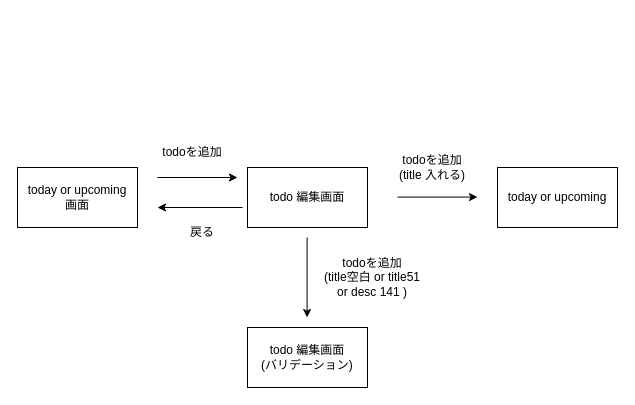
Before: doc/state_diagram/todos/todo_create.drawio in Taira0222/todo-rails-application, a draw.io diagram. Source tidied: cells renumbered, new cells numbered last; positions are measured from the earlier drawing's top-left corner, leaving out a move shared by most shapes. Both pictures are drawn from the tidied source at 100%, with x=0, y=0 at pixel (17, 137).
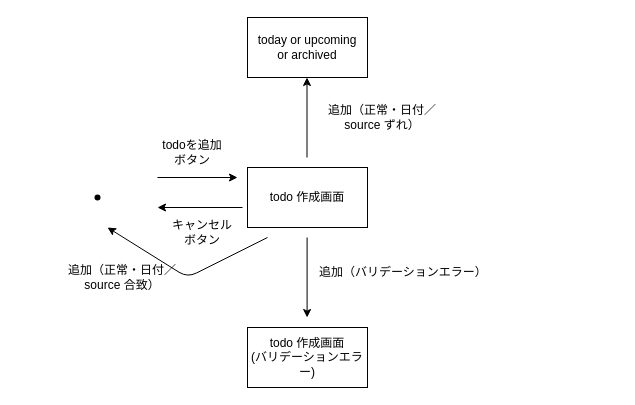
The same page after the edit.

Commit message (it also covers changes not shown here):
finish success todo create diagram test

Diff of the diagram source:
```diff
@@
-    <mxCell id="2" value="today or upcoming &lt;br&gt;画面" style="rounded=0;whiteSpace=wrap;html=1;" parent="1" vertex="1">
-      <mxGeometry y="30" width="120" height="60" as="geometry" />
-    </mxCell>
@@
-    <mxCell id="4" value="todoを追加" style="text;html=1;align=center;verticalAlign=middle;whiteSpace=wrap;rounded=0;" parent="1" vertex="1">
+    <mxCell id="4" value="todoを追加ボタン" style="text;html=1;align=center;verticalAlign=middle;whiteSpace=wrap;rounded=0;" parent="1" vertex="1">
       <mxGeometry x="140" width="70" height="30" as="geometry" />
     </mxCell>
-    <mxCell id="5" value="todo 編集画面" style="rounded=0;whiteSpace=wrap;html=1;" parent="1" vertex="1">
+    <mxCell id="5" value="todo 作成画面" style="rounded=0;whiteSpace=wrap;html=1;" parent="1" vertex="1">
       <mxGeometry x="230" y="30" width="120" height="60" as="geometry" />
     </mxCell>
@@
-    <mxCell id="7" value="戻る" style="text;html=1;align=center;verticalAlign=middle;whiteSpace=wrap;rounded=0;" parent="1" vertex="1">
+    <mxCell id="7" value="キャンセルボタン" style="text;html=1;align=center;verticalAlign=middle;whiteSpace=wrap;rounded=0;" parent="1" vertex="1">
       <mxGeometry x="150" y="80" width="70" height="30" as="geometry" />
     </mxCell>
-    <mxCell id="8" style="endArrow=classic;html=1;" parent="1" edge="1">
-      <mxGeometry relative="1" as="geometry">
-        <mxPoint x="380" y="59.6" as="sourcePoint" />
-        <mxPoint x="460" y="59.6" as="targetPoint" />
-      </mxGeometry>
-    </mxCell>
-    <mxCell id="9" value="todoを追加&lt;br&gt;(title 入れる)" style="text;html=1;align=center;verticalAlign=middle;whiteSpace=wrap;rounded=0;" parent="1" vertex="1">
-      <mxGeometry x="360" y="10" width="110" height="40" as="geometry" />
+    <mxCell id="9" value="追加（正常・日付／source 合致）" style="text;html=1;align=center;verticalAlign=middle;whiteSpace=wrap;rounded=0;" parent="1" vertex="1">
+      <mxGeometry x="50" y="120" width="110" height="40" as="geometry" />
     </mxCell>
-    <mxCell id="10" value="today or upcoming" style="rounded=0;whiteSpace=wrap;html=1;" parent="1" vertex="1">
-      <mxGeometry x="480" y="30" width="120" height="60" as="geometry" />
-    </mxCell>
@@
-    <mxCell id="12" value="todoを追加&lt;br&gt;(title空白 or title51 or desc 141 )" style="text;html=1;align=center;verticalAlign=middle;whiteSpace=wrap;rounded=0;" parent="1" vertex="1">
-      <mxGeometry x="300" y="120" width="110" height="40" as="geometry" />
+    <mxCell id="12" value="追加（バリデーションエラー）" style="text;html=1;align=left;verticalAlign=middle;whiteSpace=wrap;rounded=0;" parent="1" vertex="1">
+      <mxGeometry x="300" y="110" width="170" height="50" as="geometry" />
     </mxCell>
-    <mxCell id="13" value="todo 編集画面&lt;br&gt;(バリデーション)" style="rounded=0;whiteSpace=wrap;html=1;" parent="1" vertex="1">
+    <mxCell id="13" value="todo&amp;nbsp;&lt;span style=&quot;color: rgb(0, 0, 0);&quot;&gt;作成&lt;/span&gt;画面&lt;br&gt;(バリデーションエラー)" style="rounded=0;whiteSpace=wrap;html=1;" parent="1" vertex="1">
       <mxGeometry x="230" y="190" width="120" height="60" as="geometry" />
     </mxCell>
+    <mxCell id="14" style="endArrow=classic;html=1;" parent="1" edge="1">
+      <mxGeometry relative="1" as="geometry">
+        <mxPoint x="289.5" y="20" as="sourcePoint" />
+        <mxPoint x="289.5" y="-60" as="targetPoint" />
+      </mxGeometry>
+    </mxCell>
+    <mxCell id="15" value="追加（正常・日付／source ずれ）" style="text;html=1;align=center;verticalAlign=middle;whiteSpace=wrap;rounded=0;" parent="1" vertex="1">
+      <mxGeometry x="310" y="-40" width="110" height="40" as="geometry" />
+    </mxCell>
+    <mxCell id="16" value="today or upcoming　or archived" style="rounded=0;whiteSpace=wrap;html=1;" parent="1" vertex="1">
+      <mxGeometry x="230" y="-120" width="120" height="60" as="geometry" />
+    </mxCell>
+    <mxCell id="17" style="shape=waypoint;sketch=0;fillStyle=solid;size=6;fillColor=none;perimeter=centerPerimeter;" parent="1" vertex="1">
+      <mxGeometry x="70" y="50" width="20" height="20" as="geometry" />
+    </mxCell>
+    <mxCell id="18" style="endArrow=classic;html=1;" parent="1" edge="1">
+      <mxGeometry relative="1" as="geometry">
+        <mxPoint x="250" y="100" as="sourcePoint" />
+        <mxPoint x="90" y="90" as="targetPoint" />
+        <Array as="points">
+          <mxPoint x="170" y="140" />
+        </Array>
+      </mxGeometry>
+    </mxCell>
```
